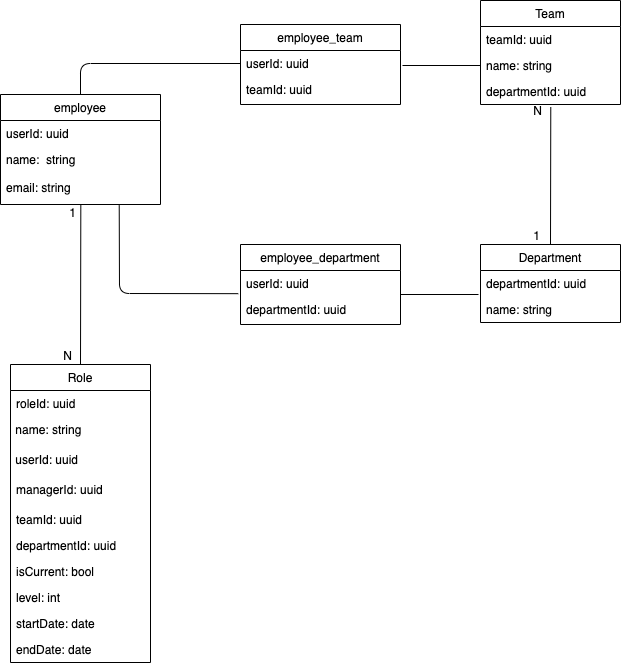
1552134/org_chart_diagram keeps this draw.io diagram as org_chart_ER.png. Above is the earlier version. Source tidied: cells renumbered, new cells last; positions are measured from the earlier drawing's top-left corner, leaving out a move shared by most shapes.
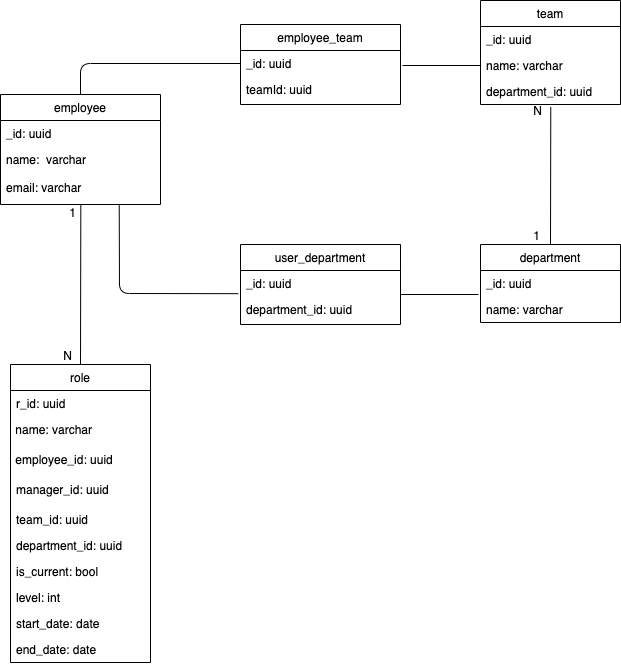
After the change.

Commit message:
org_chart_v2

The edit, as a diff of the source:
```diff
@@ -5,7 +5,7 @@
     <mxCell id="2" value="employee_team" style="swimlane;fontStyle=0;horizontal=1;startSize=26;fillColor=none;" parent="1" vertex="1">
       <mxGeometry x="240" y="24" width="160" height="80" as="geometry" />
     </mxCell>
-    <mxCell id="3" value="userId: uuid" style="text;strokeColor=none;fillColor=none;align=left;verticalAlign=top;spacingLeft=4;spacingRight=4;overflow=hidden;points=[[0,0.5],[1,0.5]];portConstraint=eastwest;" parent="2" vertex="1">
+    <mxCell id="3" value="_id: uuid" style="text;strokeColor=none;fillColor=none;align=left;verticalAlign=top;spacingLeft=4;spacingRight=4;overflow=hidden;points=[[0,0.5],[1,0.5]];portConstraint=eastwest;" parent="2" vertex="1">
       <mxGeometry y="26" width="160" height="26" as="geometry" />
     </mxCell>
     <mxCell id="4" value="teamId: uuid" style="text;strokeColor=none;fillColor=none;align=left;verticalAlign=top;spacingLeft=4;spacingRight=4;overflow=hidden;" parent="2" vertex="1">
@@ -14,13 +14,13 @@
     <mxCell id="5" value="employee" style="swimlane;fontStyle=0;horizontal=1;startSize=26;fillColor=none;" parent="1" vertex="1">
       <mxGeometry y="94" width="160" height="110" as="geometry" />
     </mxCell>
-    <mxCell id="6" value="userId: uuid" style="text;strokeColor=none;fillColor=none;align=left;verticalAlign=top;spacingLeft=4;spacingRight=4;overflow=hidden;" parent="5" vertex="1">
+    <mxCell id="6" value="_id: uuid" style="text;strokeColor=none;fillColor=none;align=left;verticalAlign=top;spacingLeft=4;spacingRight=4;overflow=hidden;" parent="5" vertex="1">
       <mxGeometry y="26" width="160" height="26" as="geometry" />
     </mxCell>
-    <mxCell id="7" value="name:  string&#10;" style="text;strokeColor=none;fillColor=none;align=left;verticalAlign=top;spacingLeft=4;spacingRight=4;overflow=hidden;" parent="5" vertex="1">
+    <mxCell id="7" value="name:  varchar&#10;" style="text;strokeColor=none;fillColor=none;align=left;verticalAlign=top;spacingLeft=4;spacingRight=4;overflow=hidden;" parent="5" vertex="1">
       <mxGeometry y="52" width="160" height="28" as="geometry" />
     </mxCell>
-    <mxCell id="8" value="email: string" style="text;strokeColor=none;fillColor=none;align=left;verticalAlign=top;spacingLeft=4;spacingRight=4;overflow=hidden;points=[[0,0.5],[1,0.5]];portConstraint=eastwest;" parent="5" vertex="1">
+    <mxCell id="8" value="email: varchar" style="text;strokeColor=none;fillColor=none;align=left;verticalAlign=top;spacingLeft=4;spacingRight=4;overflow=hidden;points=[[0,0.5],[1,0.5]];portConstraint=eastwest;" parent="5" vertex="1">
       <mxGeometry y="80" width="160" height="30" as="geometry" />
     </mxCell>
     <mxCell id="9" style="endArrow=none;html=1;entryX=0;entryY=0.5;entryDx=0;entryDy=0;exitX=0.5;exitY=0;exitDx=0;exitDy=0;" parent="1" edge="1" source="5" target="3">
@@ -35,34 +35,34 @@
         <mxPoint x="402" y="65" as="sourcePoint" />
       </mxGeometry>
     </mxCell>
-    <mxCell id="11" value="Team" style="swimlane;fontStyle=0;horizontal=1;startSize=26;fillColor=none;" parent="1" vertex="1">
+    <mxCell id="11" value="team" style="swimlane;fontStyle=0;horizontal=1;startSize=26;fillColor=none;" parent="1" vertex="1">
       <mxGeometry x="480" width="140" height="104" as="geometry" />
     </mxCell>
-    <mxCell id="12" value="teamId: uuid" style="text;strokeColor=none;fillColor=none;align=left;verticalAlign=top;spacingLeft=4;spacingRight=4;overflow=hidden;" parent="11" vertex="1">
+    <mxCell id="12" value="_id: uuid" style="text;strokeColor=none;fillColor=none;align=left;verticalAlign=top;spacingLeft=4;spacingRight=4;overflow=hidden;" parent="11" vertex="1">
       <mxGeometry y="26" width="140" height="26" as="geometry" />
     </mxCell>
-    <mxCell id="13" value="name: string" style="text;strokeColor=none;fillColor=none;align=left;verticalAlign=top;spacingLeft=4;spacingRight=4;overflow=hidden;points=[[0,0.5],[1,0.5]];portConstraint=eastwest;" parent="11" vertex="1">
+    <mxCell id="13" value="name: varchar" style="text;strokeColor=none;fillColor=none;align=left;verticalAlign=top;spacingLeft=4;spacingRight=4;overflow=hidden;points=[[0,0.5],[1,0.5]];portConstraint=eastwest;" parent="11" vertex="1">
       <mxGeometry y="52" width="140" height="26" as="geometry" />
     </mxCell>
-    <mxCell id="14" value="departmentId: uuid" style="text;strokeColor=none;fillColor=none;align=left;verticalAlign=top;spacingLeft=4;spacingRight=4;overflow=hidden;points=[[0,0.5],[1,0.5]];portConstraint=eastwest;" parent="11" vertex="1">
+    <mxCell id="14" value="department_id: uuid" style="text;strokeColor=none;fillColor=none;align=left;verticalAlign=top;spacingLeft=4;spacingRight=4;overflow=hidden;points=[[0,0.5],[1,0.5]];portConstraint=eastwest;" parent="11" vertex="1">
       <mxGeometry y="78" width="140" height="26" as="geometry" />
     </mxCell>
-    <mxCell id="15" value="employee_department" style="swimlane;fontStyle=0;horizontal=1;startSize=26;fillColor=none;" parent="1" vertex="1">
+    <mxCell id="15" value="user_department" style="swimlane;fontStyle=0;horizontal=1;startSize=26;fillColor=none;" parent="1" vertex="1">
       <mxGeometry x="240" y="244" width="160" height="80" as="geometry" />
     </mxCell>
-    <mxCell id="16" value="userId: uuid" style="text;strokeColor=none;fillColor=none;align=left;verticalAlign=top;spacingLeft=4;spacingRight=4;overflow=hidden;points=[[0,0.5],[1,0.5]];portConstraint=eastwest;" parent="15" vertex="1">
+    <mxCell id="16" value="_id: uuid" style="text;strokeColor=none;fillColor=none;align=left;verticalAlign=top;spacingLeft=4;spacingRight=4;overflow=hidden;points=[[0,0.5],[1,0.5]];portConstraint=eastwest;" parent="15" vertex="1">
       <mxGeometry y="26" width="160" height="26" as="geometry" />
     </mxCell>
-    <mxCell id="17" value="departmentId: uuid" style="text;strokeColor=none;fillColor=none;align=left;verticalAlign=top;spacingLeft=4;spacingRight=4;overflow=hidden;" parent="15" vertex="1">
+    <mxCell id="17" value="department_id: uuid" style="text;strokeColor=none;fillColor=none;align=left;verticalAlign=top;spacingLeft=4;spacingRight=4;overflow=hidden;" parent="15" vertex="1">
       <mxGeometry y="52" width="160" height="28" as="geometry" />
     </mxCell>
-    <mxCell id="18" value="Department" style="swimlane;fontStyle=0;horizontal=1;startSize=26;fillColor=none;" parent="1" vertex="1">
+    <mxCell id="18" value="department" style="swimlane;fontStyle=0;horizontal=1;startSize=26;fillColor=none;" parent="1" vertex="1">
       <mxGeometry x="480" y="244" width="140" height="78" as="geometry" />
     </mxCell>
-    <mxCell id="19" value="departmentId: uuid" style="text;strokeColor=none;fillColor=none;align=left;verticalAlign=top;spacingLeft=4;spacingRight=4;overflow=hidden;" parent="18" vertex="1">
+    <mxCell id="19" value="_id: uuid" style="text;strokeColor=none;fillColor=none;align=left;verticalAlign=top;spacingLeft=4;spacingRight=4;overflow=hidden;" parent="18" vertex="1">
       <mxGeometry y="26" width="140" height="26" as="geometry" />
     </mxCell>
-    <mxCell id="20" value="name: string" style="text;strokeColor=none;fillColor=none;align=left;verticalAlign=top;spacingLeft=4;spacingRight=4;overflow=hidden;" parent="18" vertex="1">
+    <mxCell id="20" value="name: varchar" style="text;strokeColor=none;fillColor=none;align=left;verticalAlign=top;spacingLeft=4;spacingRight=4;overflow=hidden;" parent="18" vertex="1">
       <mxGeometry y="52" width="140" height="26" as="geometry" />
     </mxCell>
     <mxCell id="21" style="endArrow=none;html=1;entryX=-0.014;entryY=0.891;entryDx=0;entryDy=0;entryPerimeter=0;exitX=0.742;exitY=1.028;exitDx=0;exitDy=0;exitPerimeter=0;" parent="1" edge="1" source="8" target="16">
@@ -102,37 +102,37 @@
         <mxPoint x="-476" y="91" as="offset" />
       </mxGeometry>
     </mxCell>
-    <mxCell id="29" value="Role" style="swimlane;fontStyle=0;horizontal=1;startSize=26;fillColor=none;" parent="1" vertex="1">
+    <mxCell id="29" value="role" style="swimlane;fontStyle=0;horizontal=1;startSize=26;fillColor=none;" parent="1" vertex="1">
       <mxGeometry x="10" y="364" width="140" height="298" as="geometry" />
     </mxCell>
-    <mxCell id="30" value="roleId: uuid" style="text;strokeColor=none;fillColor=none;align=left;verticalAlign=top;spacingLeft=4;spacingRight=4;overflow=hidden;" parent="29" vertex="1">
+    <mxCell id="30" value="r_id: uuid" style="text;strokeColor=none;fillColor=none;align=left;verticalAlign=top;spacingLeft=4;spacingRight=4;overflow=hidden;" parent="29" vertex="1">
       <mxGeometry y="26" width="140" height="26" as="geometry" />
     </mxCell>
-    <mxCell id="31" value="&lt;font face=&quot;helvetica&quot;&gt;&amp;nbsp;name: string&lt;/font&gt;" style="text;whiteSpace=wrap;html=1;" parent="29" vertex="1">
+    <mxCell id="31" value="&lt;font face=&quot;helvetica&quot;&gt;&amp;nbsp;name: varchar&lt;/font&gt;" style="text;whiteSpace=wrap;html=1;" parent="29" vertex="1">
       <mxGeometry y="52" width="140" height="30" as="geometry" />
     </mxCell>
-    <mxCell id="32" value="&lt;font face=&quot;helvetica&quot;&gt;&amp;nbsp;userId: uuid&lt;/font&gt;" style="text;whiteSpace=wrap;html=1;" parent="29" vertex="1">
+    <mxCell id="32" value="&lt;font face=&quot;helvetica&quot;&gt;&amp;nbsp;employee_id: uuid&lt;/font&gt;" style="text;whiteSpace=wrap;html=1;" parent="29" vertex="1">
       <mxGeometry y="82" width="140" height="30" as="geometry" />
     </mxCell>
-    <mxCell id="33" value="managerId: uuid" style="text;strokeColor=none;fillColor=none;align=left;verticalAlign=top;spacingLeft=4;spacingRight=4;overflow=hidden;" parent="29" vertex="1">
+    <mxCell id="33" value="manager_id: uuid" style="text;strokeColor=none;fillColor=none;align=left;verticalAlign=top;spacingLeft=4;spacingRight=4;overflow=hidden;" parent="29" vertex="1">
       <mxGeometry y="112" width="140" height="30" as="geometry" />
     </mxCell>
-    <mxCell id="34" value="teamId: uuid" style="text;strokeColor=none;fillColor=none;align=left;verticalAlign=top;spacingLeft=4;spacingRight=4;overflow=hidden;" parent="29" vertex="1">
+    <mxCell id="34" value="team_id: uuid" style="text;strokeColor=none;fillColor=none;align=left;verticalAlign=top;spacingLeft=4;spacingRight=4;overflow=hidden;" parent="29" vertex="1">
       <mxGeometry y="142" width="140" height="26" as="geometry" />
     </mxCell>
-    <mxCell id="35" value="departmentId: uuid" style="text;strokeColor=none;fillColor=none;align=left;verticalAlign=top;spacingLeft=4;spacingRight=4;overflow=hidden;" parent="29" vertex="1">
+    <mxCell id="35" value="department_id: uuid" style="text;strokeColor=none;fillColor=none;align=left;verticalAlign=top;spacingLeft=4;spacingRight=4;overflow=hidden;" parent="29" vertex="1">
       <mxGeometry y="168" width="140" height="26" as="geometry" />
     </mxCell>
-    <mxCell id="36" value="isCurrent: bool" style="text;strokeColor=none;fillColor=none;align=left;verticalAlign=top;spacingLeft=4;spacingRight=4;overflow=hidden;" parent="29" vertex="1">
+    <mxCell id="36" value="is_current: bool" style="text;strokeColor=none;fillColor=none;align=left;verticalAlign=top;spacingLeft=4;spacingRight=4;overflow=hidden;" parent="29" vertex="1">
       <mxGeometry y="194" width="140" height="26" as="geometry" />
     </mxCell>
     <mxCell id="37" value="level: int" style="text;strokeColor=none;fillColor=none;align=left;verticalAlign=top;spacingLeft=4;spacingRight=4;overflow=hidden;" parent="29" vertex="1">
       <mxGeometry y="220" width="140" height="26" as="geometry" />
     </mxCell>
-    <mxCell id="38" value="startDate: date" style="text;strokeColor=none;fillColor=none;align=left;verticalAlign=top;spacingLeft=4;spacingRight=4;overflow=hidden;" parent="29" vertex="1">
+    <mxCell id="38" value="start_date: date" style="text;strokeColor=none;fillColor=none;align=left;verticalAlign=top;spacingLeft=4;spacingRight=4;overflow=hidden;" parent="29" vertex="1">
       <mxGeometry y="246" width="140" height="26" as="geometry" />
     </mxCell>
-    <mxCell id="39" value="endDate: date" style="text;strokeColor=none;fillColor=none;align=left;verticalAlign=top;spacingLeft=4;spacingRight=4;overflow=hidden;" parent="29" vertex="1">
+    <mxCell id="39" value="end_date: date" style="text;strokeColor=none;fillColor=none;align=left;verticalAlign=top;spacingLeft=4;spacingRight=4;overflow=hidden;" parent="29" vertex="1">
       <mxGeometry y="272" width="140" height="26" as="geometry" />
     </mxCell>
   </root>
```
